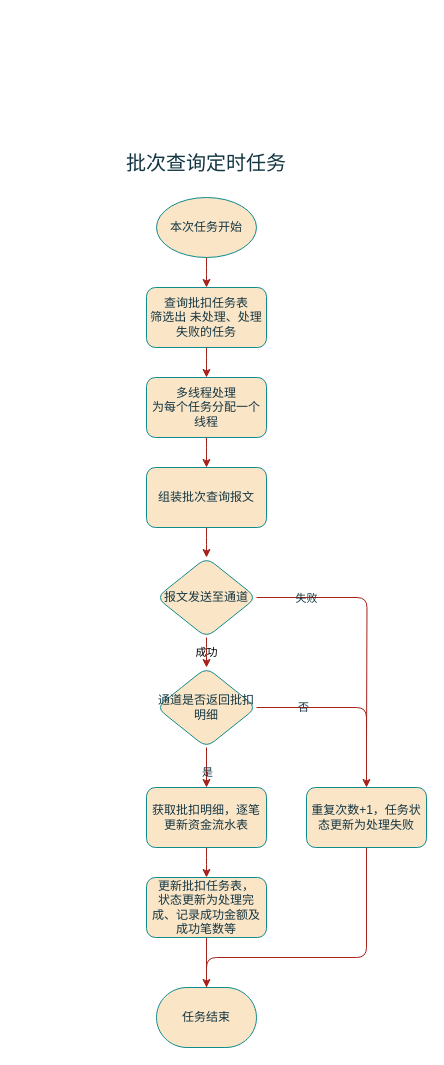
This is page "批扣查证任务" (4 of 5) of 批扣流程.drawio from gaofv/draw, a draw.io file, before an edit. Source tidied: cells renumbered, new cells numbered last; positions are measured from the earlier drawing's top-left corner, leaving out a move shared by most shapes. Both pictures are drawn from the tidied source at 100%, with x=0, y=0 at pixel (96, 147).
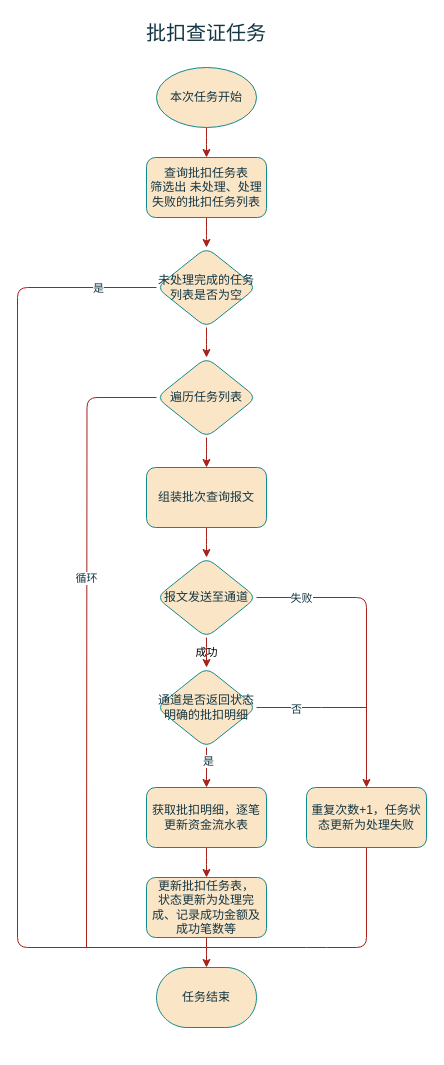
After the change.

The change refers to these unchanged cells:
```xml
<mxCell id="10" value="组装批次查询报文" style="whiteSpace=wrap;html=1;strokeWidth=1;labelBackgroundColor=none;rounded=1;labelBorderColor=none;fillColor=#FAE5C7;strokeColor=#0F8B8D;fontColor=#143642;" parent="1" vertex="1">
  <mxGeometry x="50" y="320" width="120" height="60" as="geometry" />
</mxCell>
<mxCell id="14" value="报文发送至通道" style="rhombus;whiteSpace=wrap;html=1;strokeWidth=1;labelBackgroundColor=none;rounded=1;labelBorderColor=none;fillColor=#FAE5C7;strokeColor=#0F8B8D;fontColor=#143642;" parent="1" vertex="1">
  <mxGeometry x="60" y="410" width="100" height="80" as="geometry" />
</mxCell>
<mxCell id="16" value="获取批扣明细，逐笔更新资金流水表" style="whiteSpace=wrap;html=1;strokeWidth=1;labelBackgroundColor=none;rounded=1;labelBorderColor=none;fillColor=#FAE5C7;strokeColor=#0F8B8D;fontColor=#143642;" parent="1" vertex="1">
  <mxGeometry x="50" y="640" width="120" height="60" as="geometry" />
</mxCell>
<mxCell id="18" value="重复次数+1，任务状态更新为处理失败" style="whiteSpace=wrap;html=1;strokeWidth=1;labelBackgroundColor=none;rounded=1;labelBorderColor=none;fillColor=#FAE5C7;strokeColor=#0F8B8D;fontColor=#143642;" parent="1" vertex="1">
  <mxGeometry x="210" y="640" width="120" height="60" as="geometry" />
</mxCell>
<mxCell id="25" value="更新批扣任务表，&lt;br&gt;状态更新为处理完成、记录成功金额及成功笔数等" style="whiteSpace=wrap;html=1;strokeWidth=1;labelBackgroundColor=none;rounded=1;labelBorderColor=none;fillColor=#FAE5C7;strokeColor=#0F8B8D;fontColor=#143642;" parent="1" vertex="1">
  <mxGeometry x="50" y="730" width="120" height="60" as="geometry" />
</mxCell>
```

What changed in the source:
```diff
@@
-    <mxCell id="2" value="批次查询定时任务" style="text;html=1;strokeColor=none;fillColor=none;align=center;verticalAlign=middle;whiteSpace=wrap;rounded=1;fontSize=20;labelBackgroundColor=none;labelBorderColor=none;fontColor=#143642;" parent="1" vertex="1">
-      <mxGeometry width="220" height="30" as="geometry" />
+    <mxCell id="2" value="批扣查证任务" style="text;html=1;strokeColor=none;fillColor=none;align=center;verticalAlign=middle;whiteSpace=wrap;rounded=1;fontSize=20;labelBackgroundColor=none;labelBorderColor=none;fontColor=#143642;" parent="1" vertex="1">
+      <mxGeometry y="-130" width="220" height="30" as="geometry" />
     </mxCell>
@@
     <mxCell id="4" value="本次任务开始" style="strokeWidth=1;html=1;shape=mxgraph.flowchart.start_1;whiteSpace=wrap;labelBackgroundColor=none;rounded=1;labelBorderColor=none;fillColor=#FAE5C7;strokeColor=#0F8B8D;fontColor=#143642;" parent="1" vertex="1">
-      <mxGeometry x="60" y="50" width="100" height="60" as="geometry" />
+      <mxGeometry x="60" y="-80" width="100" height="60" as="geometry" />
     </mxCell>
-    <mxCell id="5" style="edgeStyle=orthogonalEdgeStyle;rounded=1;jettySize=auto;html=1;labelBackgroundColor=none;labelBorderColor=none;fontColor=default;strokeColor=#A8201A;" parent="1" edge="1" source="6" target="8">
-      <mxGeometry relative="1" as="geometry" />
+    <mxCell id="5" style="edgeStyle=orthogonalEdgeStyle;rounded=1;jettySize=auto;html=1;labelBackgroundColor=none;labelBorderColor=none;fontColor=default;strokeColor=#A8201A;" parent="1" edge="1" source="6">
+      <mxGeometry relative="1" as="geometry">
+        <mxPoint x="110" y="100" as="targetPoint" />
+      </mxGeometry>
     </mxCell>
-    <mxCell id="6" value="查询批扣任务表&lt;br&gt;筛选出 未处理、处理失败的任务" style="whiteSpace=wrap;html=1;strokeWidth=1;labelBackgroundColor=none;rounded=1;labelBorderColor=none;fillColor=#FAE5C7;strokeColor=#0F8B8D;fontColor=#143642;" parent="1" vertex="1">
-      <mxGeometry x="50" y="140" width="120" height="60" as="geometry" />
+    <mxCell id="6" value="查询批扣任务表&lt;br&gt;筛选出 未处理、处理失败的批扣任务列表" style="whiteSpace=wrap;html=1;strokeWidth=1;labelBackgroundColor=none;rounded=1;labelBorderColor=none;fillColor=#FAE5C7;strokeColor=#0F8B8D;fontColor=#143642;" parent="1" vertex="1">
+      <mxGeometry x="50" y="10" width="120" height="60" as="geometry" />
     </mxCell>
-    <mxCell id="7" style="edgeStyle=orthogonalEdgeStyle;rounded=1;jettySize=auto;html=1;labelBackgroundColor=none;labelBorderColor=none;fontColor=default;strokeColor=#A8201A;" parent="1" edge="1" source="8" target="10">
-      <mxGeometry relative="1" as="geometry" />
-    </mxCell>
-    <mxCell id="8" value="多线程处理&lt;br&gt;为每个任务分配一个线程" style="whiteSpace=wrap;html=1;strokeWidth=1;labelBackgroundColor=none;rounded=1;labelBorderColor=none;fillColor=#FAE5C7;strokeColor=#0F8B8D;fontColor=#143642;" parent="1" vertex="1">
-      <mxGeometry x="50" y="230" width="120" height="60" as="geometry" />
-    </mxCell>
@@
-    <mxCell id="11" style="edgeStyle=orthogonalEdgeStyle;rounded=1;jettySize=auto;html=1;endArrow=none;endFill=0;labelBackgroundColor=none;labelBorderColor=none;fontColor=default;strokeColor=#A8201A;" parent="1" edge="1" source="14">
-      <mxGeometry relative="1" as="geometry">
-        <mxPoint x="270" y="600" as="targetPoint" />
-      </mxGeometry>
-    </mxCell>
+    <mxCell id="13" value="成功" style="edgeStyle=orthogonalEdgeStyle;rounded=1;jettySize=auto;html=1;labelBackgroundColor=none;labelBorderColor=none;fontColor=default;strokeColor=#A8201A;" parent="1" edge="1" source="14" target="23">
+      <mxGeometry relative="1" as="geometry" />
+    </mxCell>
+    <mxCell id="27" style="edgeStyle=orthogonalEdgeStyle;rounded=1;jettySize=auto;html=1;strokeColor=#A8201A;fontColor=#143642;fillColor=#FAE5C7;" parent="1" edge="1" source="14" target="18">
+      <mxGeometry relative="1" as="geometry" />
+    </mxCell>
-    <mxCell id="12" value="失败" style="edgeLabel;html=1;align=center;verticalAlign=middle;labelBackgroundColor=none;labelBorderColor=none;rounded=1;fontColor=#143642;" parent="11" vertex="1">
-      <mxGeometry x="-0.36" y="2" relative="1" as="geometry">
-        <mxPoint x="-34" y="2" as="offset" />
-      </mxGeometry>
+    <mxCell id="12" value="失败" style="edgeLabel;html=1;align=center;verticalAlign=middle;fontColor=#143642;rounded=1;" parent="27" vertex="1">
+      <mxGeometry x="-0.71" relative="1" as="geometry" />
     </mxCell>
-    <mxCell id="13" value="成功" style="edgeStyle=orthogonalEdgeStyle;rounded=1;jettySize=auto;html=1;labelBackgroundColor=none;labelBorderColor=none;fontColor=default;strokeColor=#A8201A;" parent="1" edge="1" source="14" target="23">
-      <mxGeometry relative="1" as="geometry" />
-    </mxCell>
@@
-    <mxCell id="17" style="edgeStyle=orthogonalEdgeStyle;rounded=1;jettySize=auto;html=1;endArrow=none;endFill=0;labelBackgroundColor=none;labelBorderColor=none;fontColor=default;strokeColor=#A8201A;" parent="1" edge="1" source="18">
-      <mxGeometry relative="1" as="geometry">
-        <mxPoint x="110" y="880" as="targetPoint" />
-        <Array as="points">
-          <mxPoint x="270" y="810" />
-          <mxPoint x="110" y="810" />
-        </Array>
-      </mxGeometry>
-    </mxCell>
+    <mxCell id="28" style="edgeStyle=orthogonalEdgeStyle;rounded=1;jettySize=auto;html=1;strokeColor=#A8201A;fontColor=#143642;fillColor=#FAE5C7;endArrow=none;endFill=0;" parent="1" edge="1" source="18">
+      <mxGeometry relative="1" as="geometry">
+        <mxPoint x="110" y="800" as="targetPoint" />
+        <Array as="points">
+          <mxPoint x="270" y="800" />
+          <mxPoint x="220" y="800" />
+        </Array>
+      </mxGeometry>
+    </mxCell>
@@
-    <mxCell id="19" style="edgeStyle=orthogonalEdgeStyle;rounded=1;jettySize=auto;html=1;labelBackgroundColor=none;labelBorderColor=none;fontColor=default;strokeColor=#A8201A;" parent="1" edge="1" source="23" target="16">
+    <mxCell id="19" style="edgeStyle=orthogonalEdgeStyle;rounded=1;jettySize=auto;html=1;strokeColor=#A8201A;fontColor=#143642;fillColor=#FAE5C7;" parent="1" edge="1" source="23" target="16">
       <mxGeometry relative="1" as="geometry" />
     </mxCell>
-    <mxCell id="20" value="是" style="edgeLabel;html=1;align=center;verticalAlign=middle;labelBackgroundColor=none;labelBorderColor=none;rounded=1;fontColor=#143642;" parent="19" vertex="1">
-      <mxGeometry x="-0.44" y="1" relative="1" as="geometry">
-        <mxPoint x="-1" y="13" as="offset" />
-      </mxGeometry>
-    </mxCell>
-    <mxCell id="21" style="edgeStyle=orthogonalEdgeStyle;rounded=1;jettySize=auto;html=1;entryX=0.5;entryY=0;entryDx=0;entryDy=0;labelBackgroundColor=none;labelBorderColor=none;fontColor=default;strokeColor=#A8201A;" parent="1" edge="1" source="23" target="18">
-      <mxGeometry relative="1" as="geometry" />
-    </mxCell>
+    <mxCell id="29" value="是" style="edgeLabel;html=1;align=center;verticalAlign=middle;fontColor=#143642;rounded=1;" parent="19" vertex="1">
+      <mxGeometry x="-0.35" y="1" relative="1" as="geometry" />
+    </mxCell>
+    <mxCell id="30" style="edgeStyle=orthogonalEdgeStyle;rounded=1;jettySize=auto;html=1;strokeColor=#A8201A;fontColor=#143642;fillColor=#FAE5C7;endArrow=none;endFill=0;" parent="1" edge="1" source="23">
+      <mxGeometry relative="1" as="geometry">
+        <mxPoint x="270" y="560" as="targetPoint" />
+      </mxGeometry>
+    </mxCell>
-    <mxCell id="22" value="否" style="edgeLabel;html=1;align=center;verticalAlign=middle;labelBackgroundColor=none;labelBorderColor=none;rounded=1;fontColor=#143642;" parent="21" vertex="1">
-      <mxGeometry x="-0.52" y="2" relative="1" as="geometry">
-        <mxPoint y="1" as="offset" />
-      </mxGeometry>
+    <mxCell id="22" value="否" style="edgeLabel;html=1;align=center;verticalAlign=middle;fontColor=#143642;rounded=1;" parent="30" vertex="1">
+      <mxGeometry x="-0.29" y="-1" relative="1" as="geometry" />
     </mxCell>
-    <mxCell id="23" value="通道是否返回批扣明细" style="rhombus;whiteSpace=wrap;html=1;strokeWidth=1;labelBackgroundColor=none;rounded=1;labelBorderColor=none;fillColor=#FAE5C7;strokeColor=#0F8B8D;fontColor=#143642;" parent="1" vertex="1">
+    <mxCell id="23" value="通道是否返回状态明确的批扣明细" style="rhombus;whiteSpace=wrap;html=1;strokeWidth=1;labelBackgroundColor=none;rounded=1;labelBorderColor=none;fillColor=#FAE5C7;strokeColor=#0F8B8D;fontColor=#143642;" parent="1" vertex="1">
       <mxGeometry x="60" y="520" width="100" height="80" as="geometry" />
     </mxCell>
-    <mxCell id="24" style="edgeStyle=orthogonalEdgeStyle;rounded=1;jettySize=auto;html=1;labelBackgroundColor=none;labelBorderColor=none;fontColor=default;strokeColor=#A8201A;" parent="1" edge="1" source="25" target="26">
+    <mxCell id="24" style="edgeStyle=orthogonalEdgeStyle;rounded=1;jettySize=auto;html=1;strokeColor=#A8201A;fontColor=#143642;fillColor=#FAE5C7;" parent="1" edge="1" source="25" target="26">
       <mxGeometry relative="1" as="geometry" />
     </mxCell>
@@
     <mxCell id="26" value="任务结束" style="strokeWidth=1;html=1;shape=mxgraph.flowchart.terminator;whiteSpace=wrap;labelBackgroundColor=none;labelBorderColor=none;rounded=1;fillColor=#FAE5C7;strokeColor=#0F8B8D;fontColor=#143642;" parent="1" vertex="1">
-      <mxGeometry x="60" y="840" width="100" height="60" as="geometry" />
+      <mxGeometry x="60" y="820" width="100" height="60" as="geometry" />
     </mxCell>
+    <mxCell id="31" style="edgeStyle=orthogonalEdgeStyle;rounded=1;jettySize=auto;html=1;strokeColor=#A8201A;fontColor=#143642;fillColor=#FAE5C7;endArrow=none;endFill=0;" parent="1" edge="1" source="34">
+      <mxGeometry relative="1" as="geometry">
+        <mxPoint x="110" y="800" as="targetPoint" />
+        <Array as="points">
+          <mxPoint x="-79" y="140" />
+          <mxPoint x="-79" y="800" />
+          <mxPoint x="110" y="800" />
+        </Array>
+      </mxGeometry>
+    </mxCell>
+    <mxCell id="32" value="是" style="edgeLabel;html=1;align=center;verticalAlign=middle;fontColor=#143642;rounded=1;" parent="31" vertex="1">
+      <mxGeometry x="-0.88" relative="1" as="geometry" />
+    </mxCell>
+    <mxCell id="33" style="edgeStyle=orthogonalEdgeStyle;rounded=1;jettySize=auto;html=1;strokeColor=#A8201A;fontColor=#143642;fillColor=#FAE5C7;" parent="1" edge="1" source="34" target="37">
+      <mxGeometry relative="1" as="geometry" />
+    </mxCell>
+    <mxCell id="34" value="未处理完成的任务列表是否为空" style="rhombus;whiteSpace=wrap;html=1;strokeWidth=1;labelBackgroundColor=none;rounded=1;labelBorderColor=none;fillColor=#FAE5C7;strokeColor=#0F8B8D;fontColor=#143642;" parent="1" vertex="1">
+      <mxGeometry x="60" y="100" width="100" height="80" as="geometry" />
+    </mxCell>
+    <mxCell id="35" style="edgeStyle=orthogonalEdgeStyle;rounded=1;jettySize=auto;html=1;strokeColor=#A8201A;fontColor=#143642;fillColor=#FAE5C7;" parent="1" edge="1" source="37" target="10">
+      <mxGeometry relative="1" as="geometry" />
+    </mxCell>
+    <mxCell id="36" value="循环" style="edgeStyle=orthogonalEdgeStyle;rounded=1;jettySize=auto;html=1;strokeColor=#A8201A;fontColor=#143642;fillColor=#FAE5C7;endArrow=none;endFill=0;" parent="1" edge="1" source="37">
+      <mxGeometry x="-0.19" relative="1" as="geometry">
+        <mxPoint x="-10" y="800" as="targetPoint" />
+      </mxGeometry>
+    </mxCell>
+    <mxCell id="37" value="遍历任务列表" style="rhombus;whiteSpace=wrap;html=1;strokeWidth=1;labelBackgroundColor=none;rounded=1;labelBorderColor=none;fillColor=#FAE5C7;strokeColor=#0F8B8D;fontColor=#143642;" parent="1" vertex="1">
+      <mxGeometry x="60" y="210" width="100" height="80" as="geometry" />
+    </mxCell>
```
